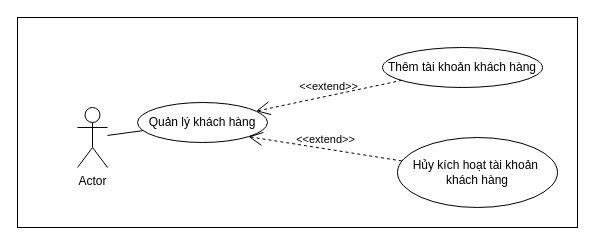
This is page "uc ql khách hàng" (57 of 62) of Biểu đồ không có tiêu đề.drawio from tongdat27/C-, a draw.io file, before an edit. Source tidied: cells renumbered, new cells numbered last; positions are measured from the earlier drawing's top-left corner, leaving out a move shared by most shapes. Both pictures are drawn from the tidied source at 100%, with x=0, y=0 at pixel (17, 17).
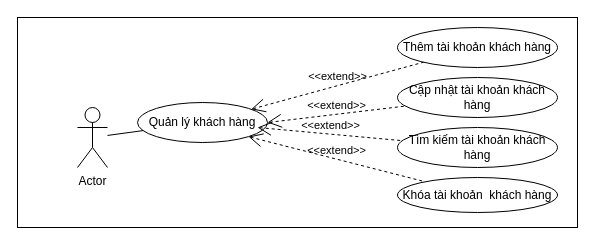
Above is the later version.

Change to the diagram source:
```diff
@@
 <mxGraphModel>
   <root>
     <mxCell id="0" />
     <mxCell id="1" parent="0" />
     <mxCell id="2" style="rounded=0;whiteSpace=wrap;html=1;" parent="1" vertex="1">
       <mxGeometry width="560" height="210" as="geometry" />
     </mxCell>
     <mxCell id="3" value="Actor" style="shape=umlActor;verticalLabelPosition=bottom;verticalAlign=top;html=1;outlineConnect=0;" parent="1" vertex="1">
       <mxGeometry x="60" y="90" width="30" height="60" as="geometry" />
     </mxCell>
     <mxCell id="4" value="Quản lý khách hàng" style="ellipse;whiteSpace=wrap;html=1;" parent="1" vertex="1">
       <mxGeometry x="120" y="85" width="130" height="40" as="geometry" />
     </mxCell>
     <mxCell id="5" style="endArrow=none;html=1;rounded=0;" parent="1" edge="1" source="3" target="4">
       <mxGeometry relative="1" as="geometry" />
     </mxCell>
     <mxCell id="6" value="Thêm tài khoản khách hàng" style="ellipse;whiteSpace=wrap;html=1;" parent="1" vertex="1">
-      <mxGeometry x="365" y="30" width="160" height="40" as="geometry" />
+      <mxGeometry x="380" y="10" width="160" height="40" as="geometry" />
     </mxCell>
     <mxCell id="7" value="&amp;lt;&amp;lt;extend&amp;gt;&amp;gt;" style="edgeStyle=none;html=1;startArrow=open;endArrow=none;startSize=12;verticalAlign=bottom;dashed=1;labelBackgroundColor=none;rounded=0;" parent="1" edge="1" source="4" target="6">
       <mxGeometry relative="1" as="geometry" />
     </mxCell>
-    <mxCell id="8" value="Hủy kích hoạt tài khoản&amp;nbsp; khách hàng" style="ellipse;whiteSpace=wrap;html=1;" parent="1" vertex="1">
-      <mxGeometry x="380" y="120" width="160" height="70" as="geometry" />
+    <mxCell id="8" value="Khóa tài khoản&amp;nbsp; khách hàng" style="ellipse;whiteSpace=wrap;html=1;" parent="1" vertex="1">
+      <mxGeometry x="380" y="160" width="160" height="35" as="geometry" />
     </mxCell>
     <mxCell id="9" value="&amp;lt;&amp;lt;extend&amp;gt;&amp;gt;" style="edgeStyle=none;html=1;startArrow=open;endArrow=none;startSize=12;verticalAlign=bottom;dashed=1;labelBackgroundColor=none;rounded=0;exitX=1;exitY=1;exitDx=0;exitDy=0;" parent="1" edge="1" source="4" target="8">
       <mxGeometry relative="1" as="geometry" />
     </mxCell>
+    <mxCell id="10" value="Cập nhật tài khoản khách hàng" style="ellipse;whiteSpace=wrap;html=1;" parent="1" vertex="1">
+      <mxGeometry x="380" y="60" width="160" height="40" as="geometry" />
+    </mxCell>
+    <mxCell id="11" value="&amp;lt;&amp;lt;extend&amp;gt;&amp;gt;" style="edgeStyle=none;html=1;startArrow=open;endArrow=none;startSize=12;verticalAlign=bottom;dashed=1;labelBackgroundColor=none;rounded=0;exitX=1;exitY=0.5;exitDx=0;exitDy=0;" parent="1" edge="1" source="4" target="10">
+      <mxGeometry relative="1" as="geometry" />
+    </mxCell>
+    <mxCell id="12" value="Tìm kiếm tài khoản khách hàng" style="ellipse;whiteSpace=wrap;html=1;" parent="1" vertex="1">
+      <mxGeometry x="380" y="110" width="160" height="40" as="geometry" />
+    </mxCell>
+    <mxCell id="13" value="&amp;lt;&amp;lt;extend&amp;gt;&amp;gt;" style="edgeStyle=none;html=1;startArrow=open;endArrow=none;startSize=12;verticalAlign=bottom;dashed=1;labelBackgroundColor=none;rounded=0;" parent="1" edge="1" target="12">
+      <mxGeometry relative="1" as="geometry">
+        <mxPoint x="240" y="110" as="sourcePoint" />
+      </mxGeometry>
+    </mxCell>
   </root>
 </mxGraphModel>
```
